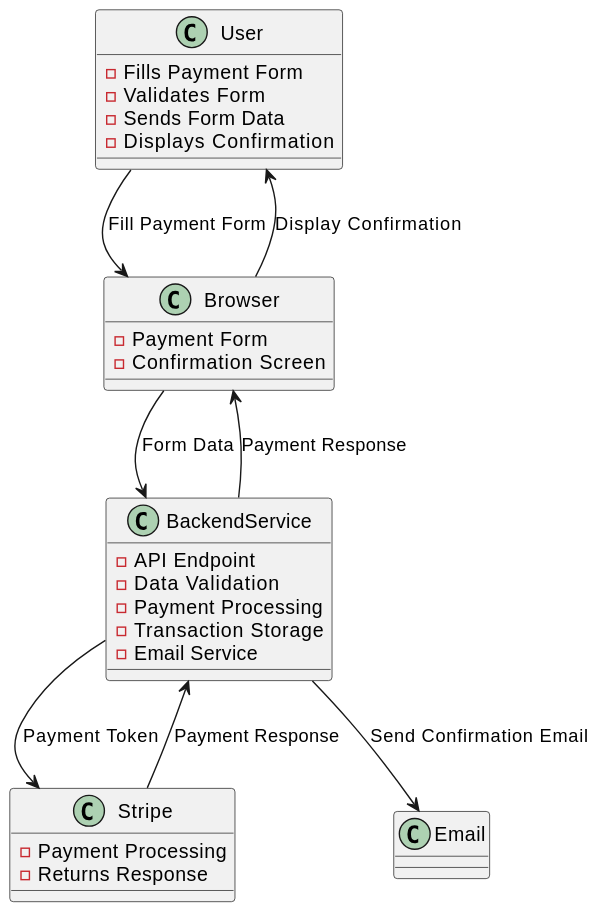
This is docs/backend-data-flow.svg from PaulWheatcroft/payment, a PlantUML export, as it was before one commit. The source it was exported from:
```plantuml
@startuml
!define RECTANGLE class

RECTANGLE User {
  - Fills Payment Form
  - Validates Form
  - Sends Form Data
  - Displays Confirmation
}

RECTANGLE Browser {
  - Payment Form
  - Confirmation Screen
}

RECTANGLE BackendService {
  - API Endpoint
  - Data Validation
  - Payment Processing
  - Transaction Storage
  - Email Service
}

RECTANGLE Stripe {
  - Payment Processing
  - Returns Response
}

User --> Browser : Fill Payment Form
Browser --> BackendService : Form Data
BackendService --> Stripe : Payment Token
Stripe --> BackendService : Payment Response
BackendService --> Browser : Payment Response
Browser --> User : Display Confirmation
BackendService --> Email : Send Confirmation Email
@enduml
```
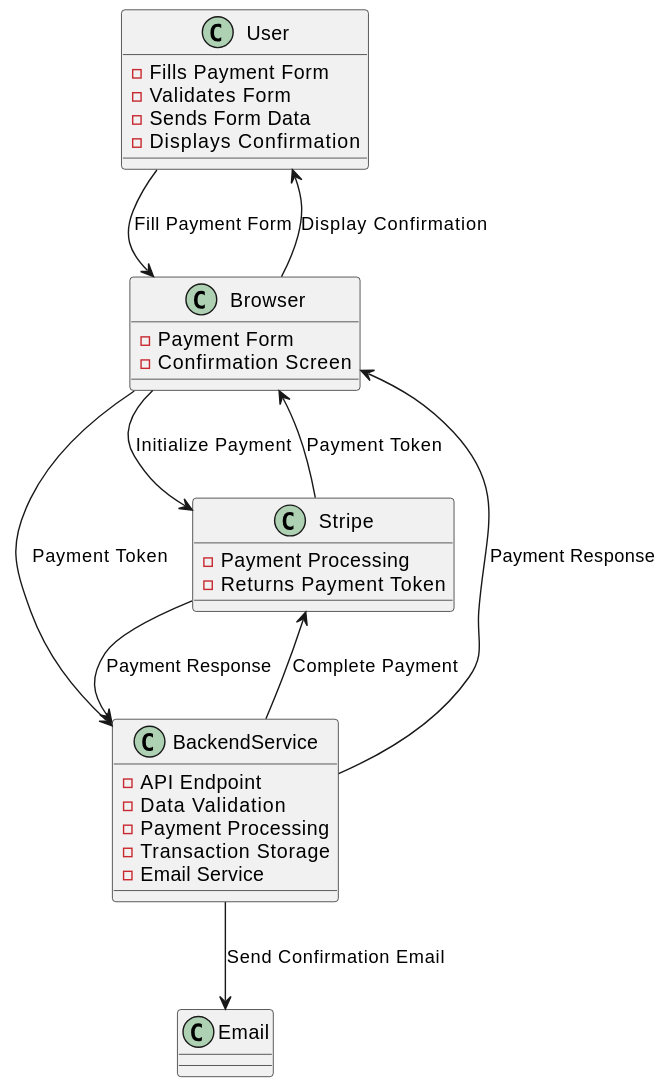
After the commit.

The edit, as a diff of the source:
```diff
@@ -23,12 +23,14 @@
 
 RECTANGLE Stripe {
   - Payment Processing
-  - Returns Response
+  - Returns Payment Token
 }
 
 User --> Browser : Fill Payment Form
-Browser --> BackendService : Form Data
-BackendService --> Stripe : Payment Token
+Browser --> Stripe : Initialize Payment
+Stripe --> Browser : Payment Token
+Browser --> BackendService : Payment Token
+BackendService --> Stripe : Complete Payment
 Stripe --> BackendService : Payment Response
 BackendService --> Browser : Payment Response
 Browser --> User : Display Confirmation
```
